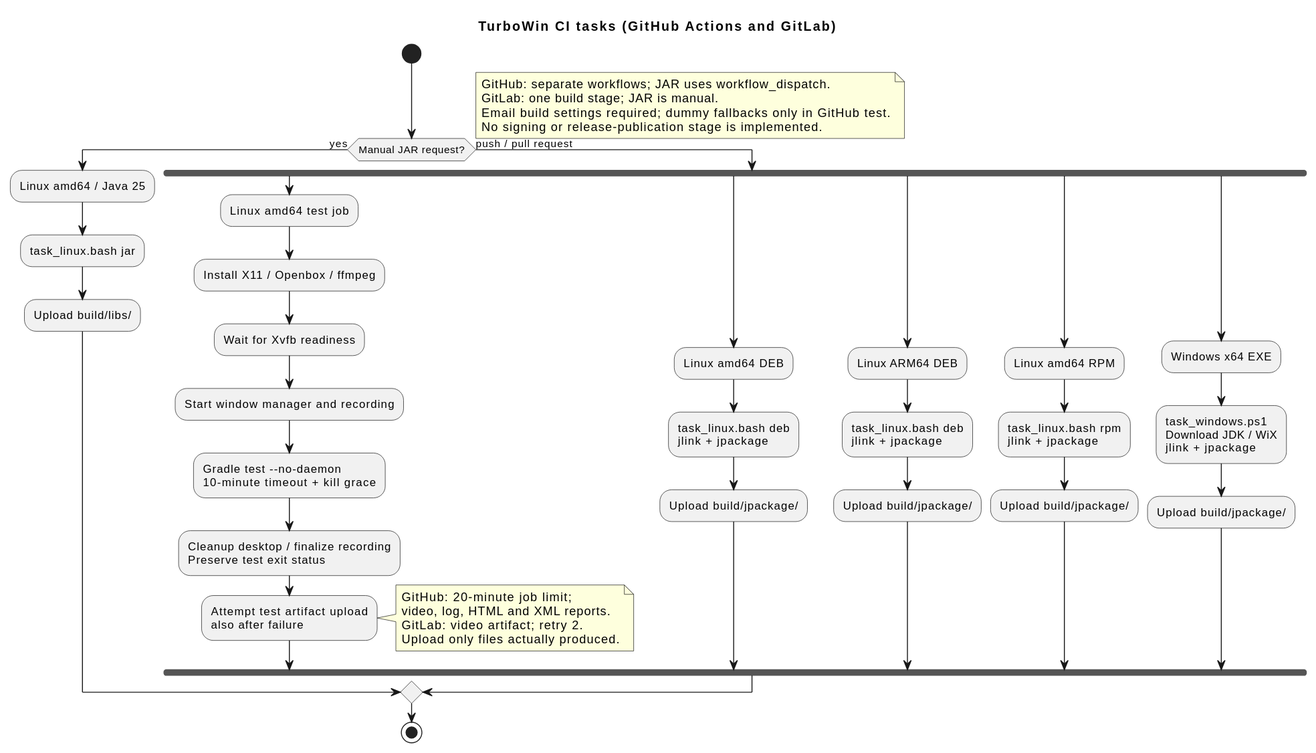
Earlier version of the PlantUML export documentation/images/07_turbowin_pipeline.svg (DeutscherWetterdienst/turbowin). Source of this version:
```plantuml
@startuml
title TurboWin+ CI tasks (GitHub Actions and GitLab)
start
if (Manual JAR request?) then (yes)
  :Linux amd64 / Java 21;
  :task_linux.bash jar;
  :Upload build/libs/;
else (push / pull request)
  fork
    :Linux amd64 test job;
    :Install X11 / Openbox / ffmpeg;
    :Wait for Xvfb readiness;
    :Start window manager and recording;
    :Gradle test --no-daemon\n10-minute timeout + kill grace;
    :Cleanup desktop / finalize recording\nPreserve test exit status;
    :Attempt test artifact upload\nalso after failure;
    note right
      GitHub: 20-minute job limit;
      video, log, HTML and XML reports.
      GitLab: video artifact; retry 2.
      Upload only files actually produced.
    end note
  fork again
    :Linux amd64 DEB;
    :task_linux.bash deb\njlink + jpackage;
    :Upload build/jpackage/;
  fork again
    :Linux ARM64 DEB;
    :task_linux.bash deb\njlink + jpackage;
    :Upload build/jpackage/;
  fork again
    :Linux amd64 RPM;
    :task_linux.bash rpm\njlink + jpackage;
    :Upload build/jpackage/;
  fork again
    :Windows x64 EXE;
    :task_windows.ps1\nDownload JDK / WiX\njlink + jpackage;
    :Upload build/jpackage/;
  end fork
endif
note right
  GitHub: separate workflows; JAR uses workflow_dispatch.
  GitLab: one build stage; JAR is manual.
  Email build settings required; dummy fallbacks only in GitHub test.
  No signing or release-publication stage is implemented.
end note
stop
@enduml
```
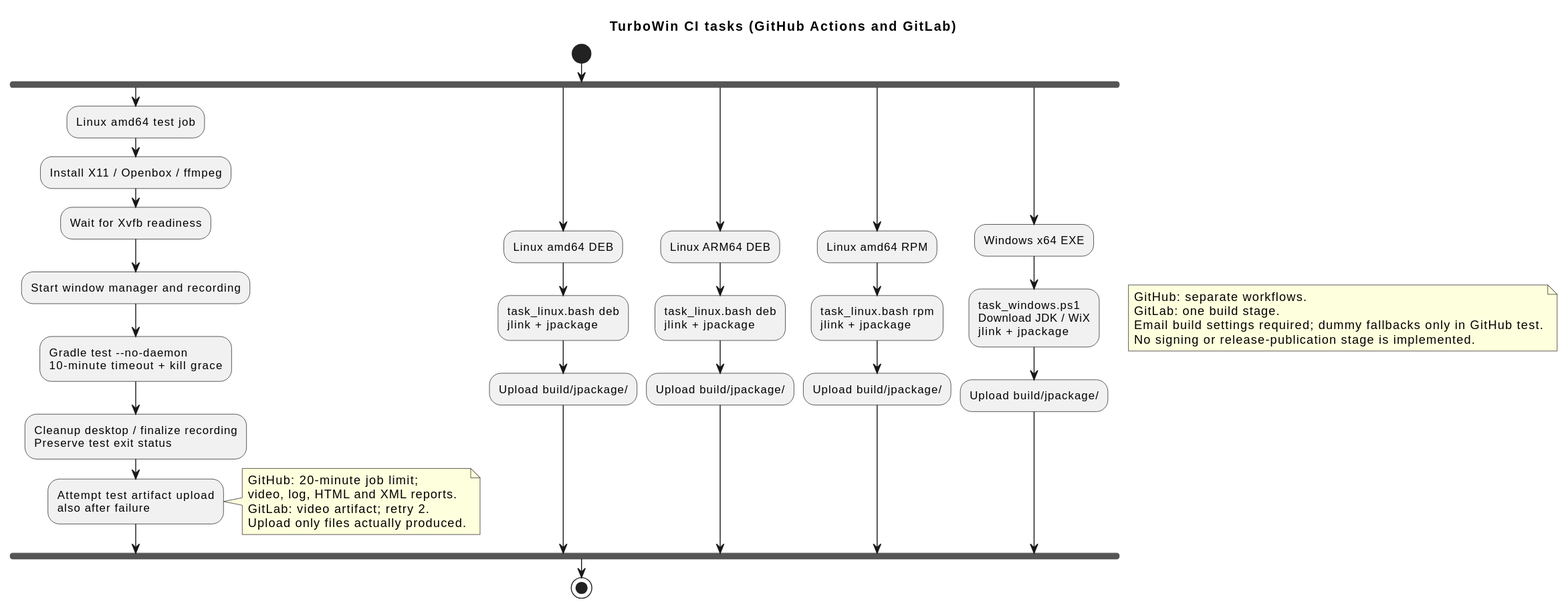
The same diagram one commit later.

What changed in the source:
```diff
@@ -1,11 +1,6 @@
 @startuml
-title TurboWin+ CI tasks (GitHub Actions and GitLab)
+title TurboWin CI tasks (GitHub Actions and GitLab)
 start
-if (Manual JAR request?) then (yes)
-  :Linux amd64 / Java 21;
-  :task_linux.bash jar;
-  :Upload build/libs/;
-else (push / pull request)
   fork
     :Linux amd64 test job;
     :Install X11 / Openbox / ffmpeg;
@@ -37,10 +32,9 @@
     :task_windows.ps1\nDownload JDK / WiX\njlink + jpackage;
     :Upload build/jpackage/;
   end fork
-endif
 note right
-  GitHub: separate workflows; JAR uses workflow_dispatch.
-  GitLab: one build stage; JAR is manual.
+  GitHub: separate workflows.
+  GitLab: one build stage.
   Email build settings required; dummy fallbacks only in GitHub test.
   No signing or release-publication stage is implemented.
 end note
```
